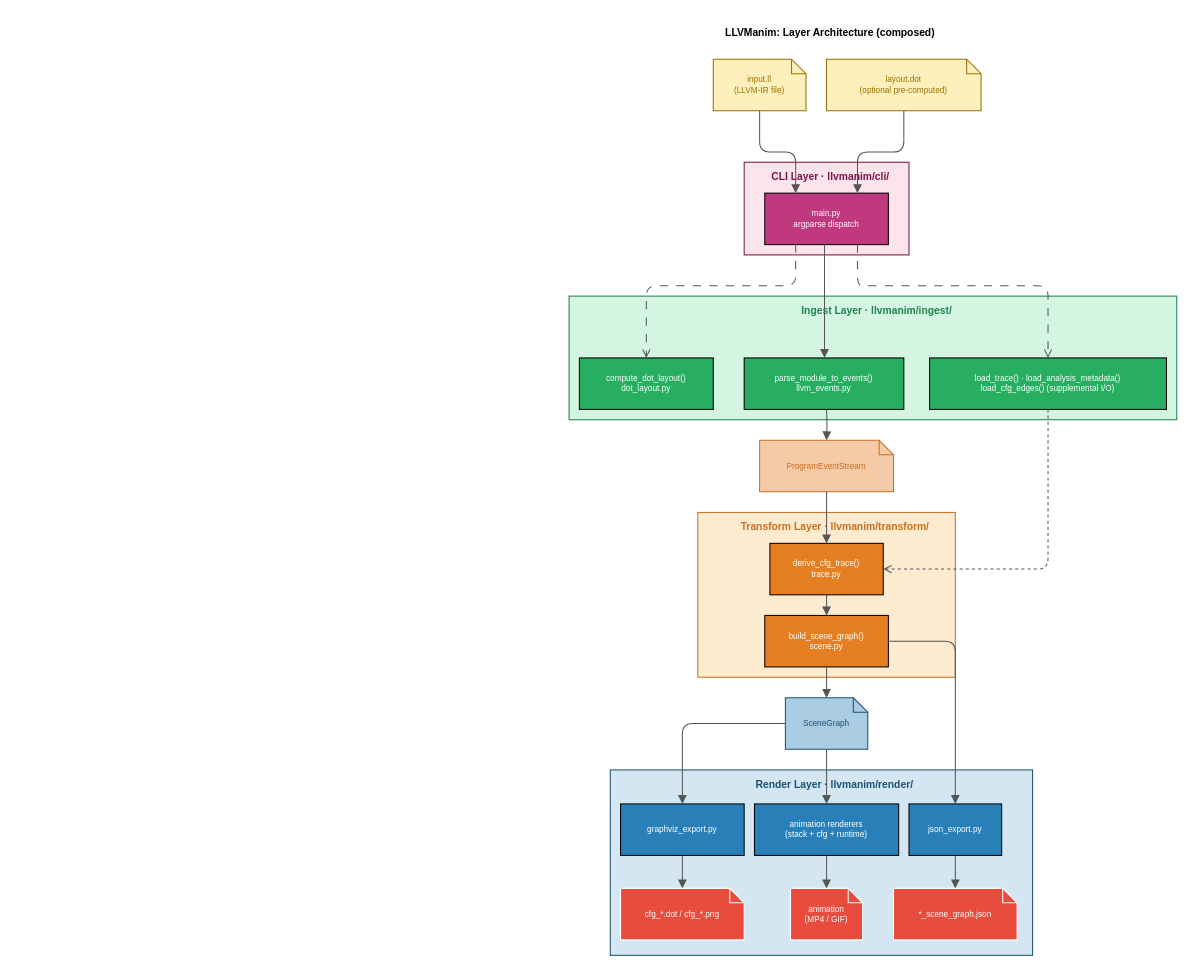
This is page "01 Architecture Overview" (1 of 14) of docs/architecture/01_architecture_overview/Vertical/01_architecture_overview.drawio from BenHoule/LLVManim, a draw.io file, before an edit. Source tidied: cells renumbered, new cells numbered last; positions are measured from the earlier drawing's top-left corner, leaving out a move shared by most shapes. Both pictures are drawn from the tidied source at 103%, with x=0, y=0 at pixel (569, 18).
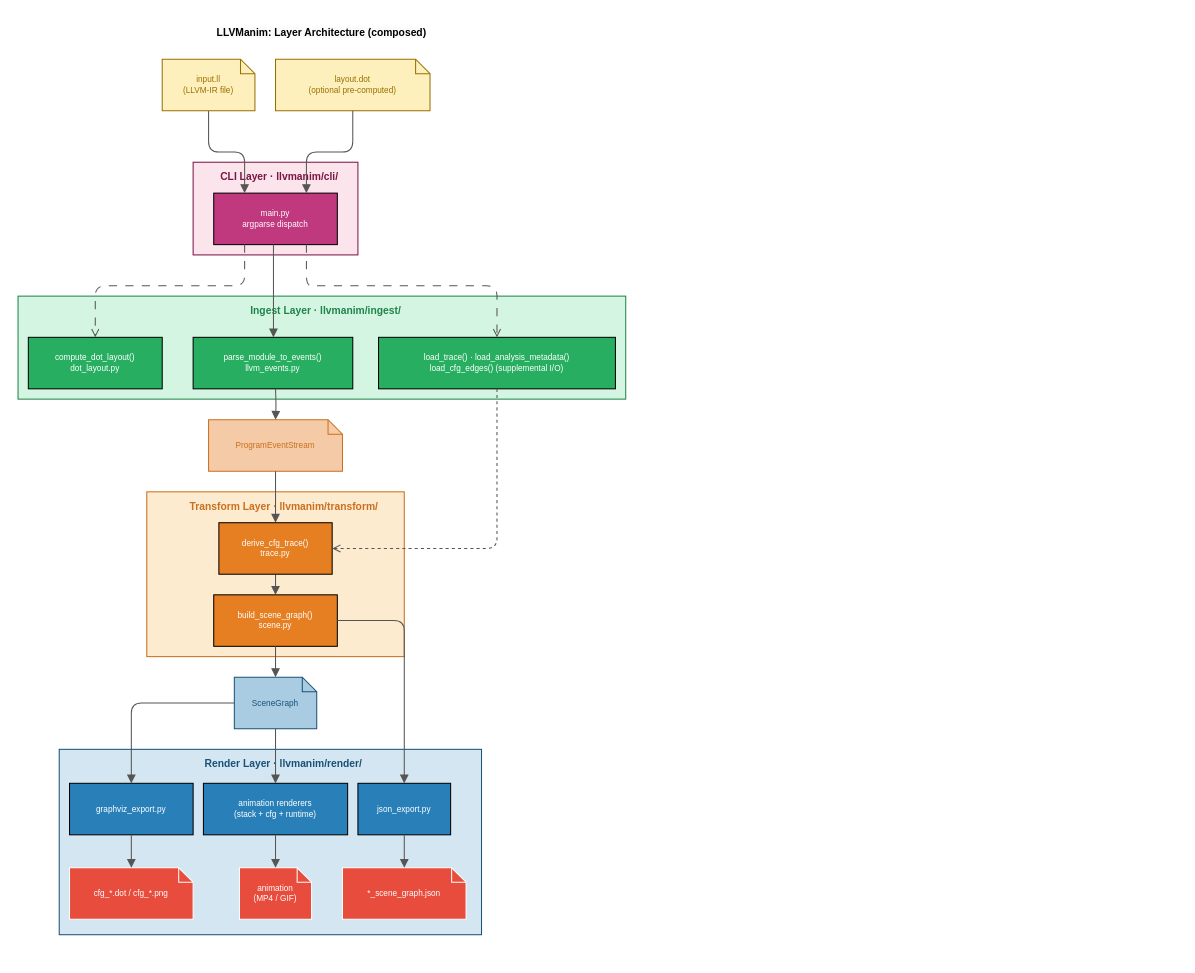
The same diagram, later.

Unchanged cells that the change refers to:
```xml
<mxCell id="4" value="animation renderers&lt;br&gt;(stack + cfg + runtime)" style="rounded=0;whiteSpace=wrap;html=1;fillColor=#2980b9;fontColor=white;strokeColor=#000000;fontSize=8;fontFamily=Helvetica;" parent="2" vertex="1">
  <mxGeometry x="140" y="33" width="140" height="50" as="geometry" />
</mxCell>
<mxCell id="20" value="main.py&lt;br&gt;argparse dispatch" style="rounded=0;whiteSpace=wrap;html=1;fillColor=#c0397e;fontColor=white;strokeColor=#000000;fontSize=8;fontFamily=Helvetica;" parent="18" vertex="1">
  <mxGeometry x="20" y="30" width="120" height="50" as="geometry" />
</mxCell>
```

Diff of the diagram source:
```diff
@@
     <mxCell id="2" style="group;" parent="1" vertex="1">
-      <mxGeometry x="40" y="730" width="410" height="180" as="geometry" />
+      <mxGeometry x="-495" y="710" width="410" height="180" as="geometry" />
     </mxCell>
@@
     <mxCell id="13" style="group;" parent="1" vertex="1">
-      <mxGeometry x="125" y="480" width="250" height="160" as="geometry" />
+      <mxGeometry x="-410" y="460" width="250" height="160" as="geometry" />
     </mxCell>
@@
     <mxCell id="18" style="group;" parent="1" vertex="1">
-      <mxGeometry x="170" y="140" width="160" height="90" as="geometry" />
+      <mxGeometry x="-365" y="140" width="160" height="90" as="geometry" />
     </mxCell>
@@
     <mxCell id="21" style="group;" parent="1" vertex="1">
-      <mxGeometry y="270" width="590" height="120" as="geometry" />
+      <mxGeometry x="-535" y="270" width="590" height="120" as="geometry" />
     </mxCell>
     <mxCell id="22" value="Ingest Layer  ·  llvmanim/ingest/" style="rounded=0;whiteSpace=wrap;html=1;fillColor=#d5f5e3;strokeColor=#1e8449;fontColor=#1e8449;verticalAlign=top;align=center;spacingLeft=8;spacingTop=2;fontStyle=1;fontSize=10;fontFamily=Helvetica;" parent="21" vertex="1">
-      <mxGeometry width="590" height="120" as="geometry" />
+      <mxGeometry width="590" height="100" as="geometry" />
     </mxCell>
     <mxCell id="23" value="parse_module_to_events()&lt;br&gt;llvm_events.py" style="rounded=0;whiteSpace=wrap;html=1;fillColor=#27ae60;fontColor=white;strokeColor=#000000;fontSize=8;fontFamily=Helvetica;" parent="21" vertex="1">
-      <mxGeometry x="170" y="60" width="155" height="50" as="geometry" />
+      <mxGeometry x="170" y="40" width="155" height="50" as="geometry" />
     </mxCell>
     <mxCell id="24" value="load_trace()  ·  load_analysis_metadata()&lt;br&gt;load_cfg_edges()  (supplemental I/O)" style="rounded=0;whiteSpace=wrap;html=1;fillColor=#27ae60;fontColor=white;strokeColor=#000000;fontSize=8;fontFamily=Helvetica;" parent="21" vertex="1">
-      <mxGeometry x="350" y="60" width="230" height="50" as="geometry" />
+      <mxGeometry x="350" y="40" width="230" height="50" as="geometry" />
     </mxCell>
     <mxCell id="25" value="compute_dot_layout()&lt;br&gt;dot_layout.py" style="rounded=0;whiteSpace=wrap;html=1;fillColor=#27ae60;fontColor=white;strokeColor=#000000;fontSize=8;fontFamily=Helvetica;" parent="21" vertex="1">
-      <mxGeometry x="10" y="60" width="130" height="50" as="geometry" />
+      <mxGeometry x="10" y="40" width="130" height="50" as="geometry" />
     </mxCell>
@@
     <mxCell id="27" value="input.ll&lt;br&gt;(LLVM-IR file)" style="shape=note;whiteSpace=wrap;html=1;fillColor=#fef0bc;fontColor=#9a6f00;strokeColor=#9a6f00;backgroundOutline=1;size=14;fontSize=8;fontFamily=Helvetica;" parent="1" vertex="1">
-      <mxGeometry x="140" y="40" width="90" height="50" as="geometry" />
+      <mxGeometry x="-395" y="40" width="90" height="50" as="geometry" />
     </mxCell>
     <mxCell id="28" value="layout.dot&lt;br&gt;(optional pre-computed)" style="shape=note;whiteSpace=wrap;html=1;fillColor=#fef0bc;fontColor=#9a6f00;strokeColor=#9a6f00;backgroundOutline=1;size=14;fontSize=8;fontFamily=Helvetica;" parent="1" vertex="1">
-      <mxGeometry x="250" y="40" width="150" height="50" as="geometry" />
+      <mxGeometry x="-285" y="40" width="150" height="50" as="geometry" />
     </mxCell>
@@
     <mxCell id="30" value="ProgramEventStream" style="shape=note;whiteSpace=wrap;html=1;fillColor=#f5cba7;fontColor=#ca6f1e;strokeColor=#ca6f1e;backgroundOutline=1;size=14;fontSize=8;fontFamily=Helvetica;" parent="1" vertex="1">
-      <mxGeometry x="185" y="410" width="130" height="50" as="geometry" />
+      <mxGeometry x="-350" y="390" width="130" height="50" as="geometry" />
     </mxCell>
     <mxCell id="31" style="edgeStyle=orthogonalEdgeStyle;rounded=1;jettySize=auto;html=1;strokeColor=#555555;fontSize=7;fontFamily=Helvetica;endArrow=block;endFill=1;align=center;verticalAlign=middle;fontColor=default;labelBackgroundColor=default;orthogonal=1;" parent="1" edge="1" source="20" target="23">
       <mxGeometry relative="1" as="geometry">
         <Array as="points">
-          <mxPoint x="248" y="250" />
-          <mxPoint x="248" y="250" />
+          <mxPoint x="-287" y="250" />
+          <mxPoint x="-287" y="250" />
         </Array>
       </mxGeometry>
     </mxCell>
     <mxCell id="32" style="edgeStyle=orthogonalEdgeStyle;rounded=1;jettySize=auto;html=1;strokeColor=#555555;fontSize=7;fontFamily=Helvetica;endArrow=open;endFill=0;entryX=0.5;entryY=0;entryDx=0;entryDy=0;exitX=0.75;exitY=1;exitDx=0;exitDy=0;align=center;verticalAlign=middle;fontColor=default;labelBackgroundColor=default;dashed=1;dashPattern=8 8;orthogonal=1;flowAnimation=0;" parent="1" edge="1" source="20" target="24">
       <mxGeometry relative="1" as="geometry">
         <Array as="points">
-          <mxPoint x="290" y="260" />
-          <mxPoint x="475" y="260" />
+          <mxPoint x="-245" y="260" />
+          <mxPoint x="-60" y="260" />
         </Array>
       </mxGeometry>
     </mxCell>
     <mxCell id="33" style="edgeStyle=orthogonalEdgeStyle;rounded=1;jettySize=auto;html=1;strokeColor=#555555;fontSize=7;fontFamily=Helvetica;endArrow=open;endFill=0;entryX=0.5;entryY=0;entryDx=0;entryDy=0;exitX=0.25;exitY=1;exitDx=0;exitDy=0;align=center;verticalAlign=middle;fontColor=default;labelBackgroundColor=default;dashed=1;dashPattern=8 8;orthogonal=1;" parent="1" edge="1" source="20" target="25">
       <mxGeometry relative="1" as="geometry">
         <Array as="points">
-          <mxPoint x="220" y="260" />
-          <mxPoint x="75" y="260" />
+          <mxPoint x="-315" y="260" />
+          <mxPoint x="-460" y="260" />
         </Array>
       </mxGeometry>
     </mxCell>
@@
     <mxCell id="39" value="SceneGraph" style="shape=note;whiteSpace=wrap;html=1;fillColor=#a9cce3;fontColor=#1a5276;strokeColor=#1a5276;backgroundOutline=1;size=14;fontSize=8;fontFamily=Helvetica;" parent="1" vertex="1">
-      <mxGeometry x="210" y="660" width="80" height="50" as="geometry" />
+      <mxGeometry x="-325" y="640" width="80" height="50" as="geometry" />
     </mxCell>
     <mxCell id="40" style="edgeStyle=orthogonalEdgeStyle;html=1;entryX=0.5;entryY=0;entryDx=0;entryDy=0;entryPerimeter=0;rounded=1;strokeColor=#555555;align=center;verticalAlign=middle;fontFamily=Helvetica;fontSize=7;fontColor=default;labelBackgroundColor=default;endArrow=block;endFill=1;" parent="1" edge="1" target="30">
       <mxGeometry relative="1" as="geometry">
-        <mxPoint x="250" y="380" as="sourcePoint" />
+        <mxPoint x="-285" y="360" as="sourcePoint" />
       </mxGeometry>
     </mxCell>
     <mxCell id="41" style="edgeStyle=orthogonalEdgeStyle;rounded=1;jettySize=auto;html=1;strokeColor=#555555;fontSize=7;fontFamily=Helvetica;endArrow=block;endFill=1;align=center;verticalAlign=middle;fontColor=default;labelBackgroundColor=default;orthogonal=1;entryX=0.5;entryY=0;entryDx=0;entryDy=0;exitX=0.5;exitY=1;exitDx=0;exitDy=0;exitPerimeter=0;" parent="1" edge="1" source="39" target="4">
       <mxGeometry relative="1" as="geometry">
         <Array as="points">
-          <mxPoint x="250" y="750" />
-          <mxPoint x="250" y="750" />
+          <mxPoint x="-285" y="730" />
+          <mxPoint x="-285" y="730" />
         </Array>
       </mxGeometry>
     </mxCell>
-    <mxCell id="42" value="&lt;span style=&quot;color: rgb(0, 0, 0); font-family: Helvetica; font-size: 10px; font-style: normal; font-variant-ligatures: normal; font-variant-caps: normal; font-weight: 700; letter-spacing: normal; orphans: 2; text-align: center; text-indent: 0px; text-transform: none; widows: 2; word-spacing: 0px; -webkit-text-stroke-width: 0px; white-space: nowrap; background-color: rgb(251, 251, 251); text-decoration-thickness: initial; text-decoration-style: initial; text-decoration-color: initial; display: inline !important; float: none;&quot;&gt;LLVManim: Layer Architecture (composed)&lt;/span&gt;" style="text;whiteSpace=wrap;html=1;" parent="1" vertex="1">
-      <mxGeometry x="150" width="240" height="40" as="geometry" />
+    <mxCell id="42" value="&lt;span style=&quot;color: rgb(0, 0, 0); font-family: Helvetica; font-size: 10px; font-style: normal; font-variant-ligatures: normal; font-variant-caps: normal; font-weight: 700; letter-spacing: normal; orphans: 2; text-indent: 0px; text-transform: none; widows: 2; word-spacing: 0px; -webkit-text-stroke-width: 0px; white-space: nowrap; background-color: rgb(251, 251, 251); text-decoration-thickness: initial; text-decoration-style: initial; text-decoration-color: initial; float: none; display: inline !important;&quot;&gt;LLVManim: Layer Architecture (composed)&lt;/span&gt;" style="text;whiteSpace=wrap;html=1;align=center;" parent="1" vertex="1">
+      <mxGeometry x="-360" width="240" height="40" as="geometry" />
     </mxCell>
```
